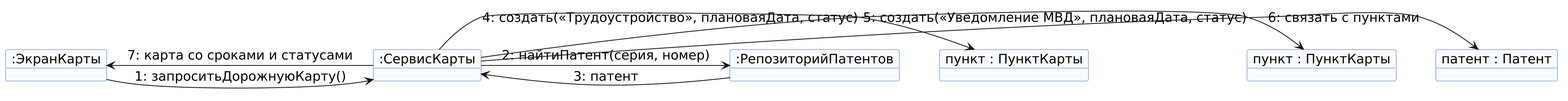
Earlier version of the PlantUML export tsu/5sem/Функциональное моделирование систем/документы/img/comm-2-roadmap.png (mflkee/study).
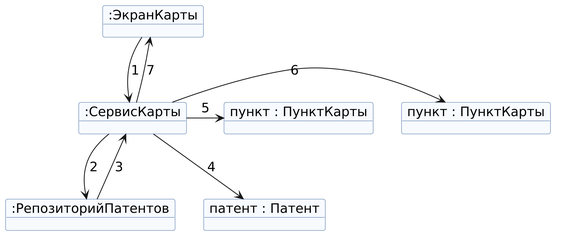
The same file after the commit.

Change to the diagram source:
```diff
@@ -14,11 +14,11 @@
 object "пункт : ПунктКарты" as PT1
 object "пункт : ПунктКарты" as PT2
 
-UI -> SVC : 1: запроситьДорожнуюКарту()
-SVC -> REPO : 2: найтиПатент(серия, номер)
-REPO --> SVC : 3: патент
-SVC -> PT1 : 4: создать(«Трудоустройство», плановаяДата, статус)
-SVC -> PT2 : 5: создать(«Уведомление МВД», плановаяДата, статус)
-SVC -> PAT : 6: связать с пунктами
-SVC --> UI : 7: карта со сроками и статусами
+UI -down-> SVC : 1
+SVC -down-> REPO : 2
+REPO -up-> SVC : 3
+SVC -down-> PAT : 4
+SVC -right-> PT1 : 5
+SVC -right-> PT2 : 6
+SVC -up-> UI : 7
 @enduml
```
